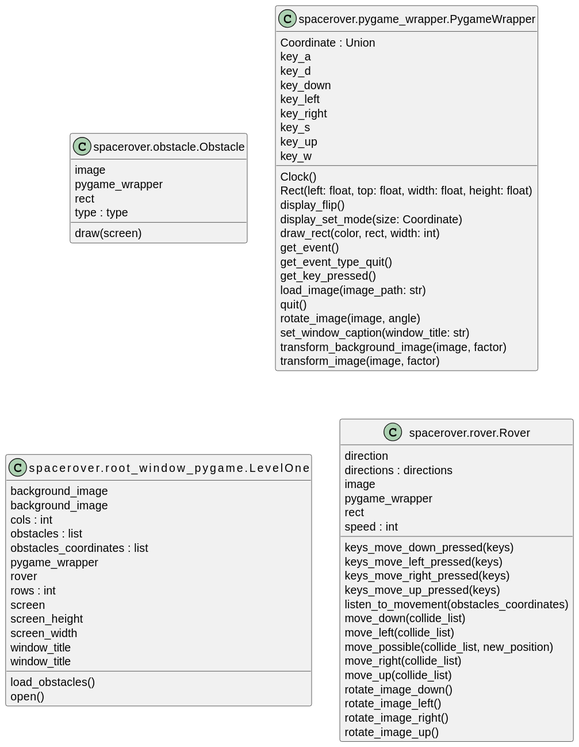
The PlantUML diagram docs/images/classes.svg in teko-L-TIN-22-Di-a/rover, before a commit.
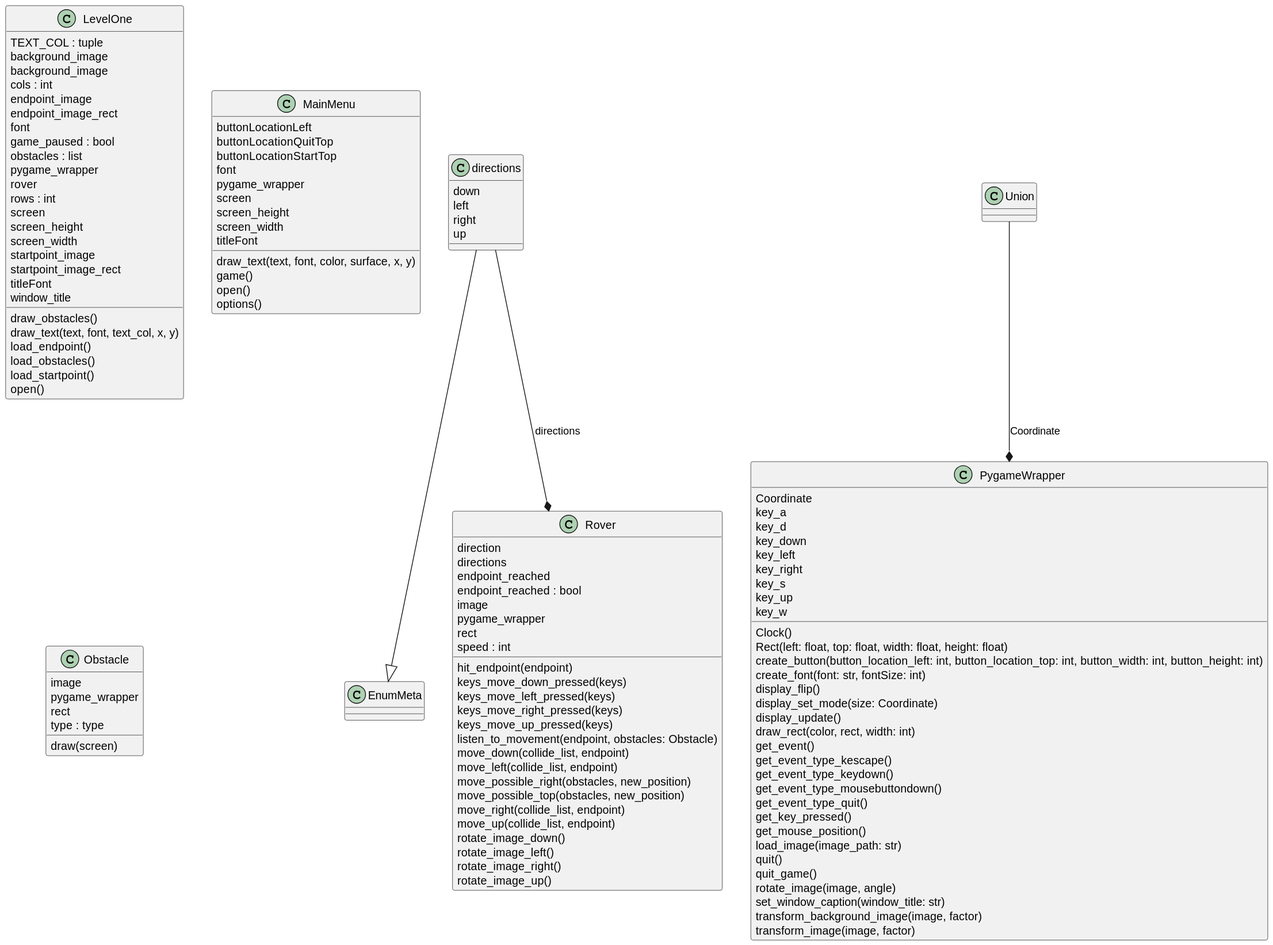
Above is the later version.

What changed in the source:
```diff
@@ -1,14 +1,58 @@
 @startuml classes
 set namespaceSeparator none
-class "spacerover.obstacle.Obstacle" as spacerover.obstacle.Obstacle {
+class "EnumMeta" as .EnumMeta {
+}
+class "LevelOne" as spacerover.level_one.LevelOne {
+  TEXT_COL : tuple
+  background_image
+  background_image
+  cols : int
+  endpoint_image
+  endpoint_image_rect
+  font
+  game_paused : bool
+  obstacles : list
+  pygame_wrapper
+  rover
+  rows : int
+  screen
+  screen_height
+  screen_width
+  startpoint_image
+  startpoint_image_rect
+  titleFont
+  window_title
+  draw_obstacles()
+  draw_text(text, font, text_col, x, y)
+  load_endpoint()
+  load_obstacles()
+  load_startpoint()
+  open()
+}
+class "MainMenu" as spacerover.main_menu.MainMenu {
+  buttonLocationLeft
+  buttonLocationQuitTop
+  buttonLocationStartTop
+  font
+  pygame_wrapper
+  screen
+  screen_height
+  screen_width
+  titleFont
+  draw_text(text, font, color, surface, x, y)
+  game()
+  open()
+  options()
+}
+class "Obstacle" as spacerover.obstacle.Obstacle {
   image
   pygame_wrapper
   rect
   type : type
   draw(screen)
 }
-class "spacerover.pygame_wrapper.PygameWrapper" as spacerover.pygame_wrapper.PygameWrapper {
-  Coordinate : Union
+class "PygameWrapper" as spacerover.pygame_wrapper.PygameWrapper {
+  Coordinate
   key_a
   key_d
   key_down
@@ -19,56 +63,62 @@
   key_w
   Clock()
   Rect(left: float, top: float, width: float, height: float)
+  create_button(button_location_left: int, button_location_top: int, button_width: int, button_height: int)
+  create_font(font: str, fontSize: int)
   display_flip()
   display_set_mode(size: Coordinate)
+  display_update()
   draw_rect(color, rect, width: int)
   get_event()
+  get_event_type_kescape()
+  get_event_type_keydown()
+  get_event_type_mousebuttondown()
   get_event_type_quit()
   get_key_pressed()
+  get_mouse_position()
   load_image(image_path: str)
   quit()
+  quit_game()
   rotate_image(image, angle)
   set_window_caption(window_title: str)
   transform_background_image(image, factor)
   transform_image(image, factor)
 }
-class "spacerover.root_window_pygame.LevelOne" as spacerover.root_window_pygame.LevelOne {
-  background_image
-  background_image
-  cols : int
-  obstacles : list
-  obstacles_coordinates : list
-  pygame_wrapper
-  rover
-  rows : int
-  screen
-  screen_height
-  screen_width
-  window_title
-  window_title
-  load_obstacles()
-  open()
-}
-class "spacerover.rover.Rover" as spacerover.rover.Rover {
+class "Rover" as spacerover.rover.Rover {
   direction
-  directions : directions
+  directions
+  endpoint_reached
+  endpoint_reached : bool
   image
   pygame_wrapper
   rect
   speed : int
+  hit_endpoint(endpoint)
   keys_move_down_pressed(keys)
   keys_move_left_pressed(keys)
   keys_move_right_pressed(keys)
   keys_move_up_pressed(keys)
-  listen_to_movement(obstacles_coordinates)
-  move_down(collide_list)
-  move_left(collide_list)
-  move_possible(collide_list, new_position)
-  move_right(collide_list)
-  move_up(collide_list)
+  listen_to_movement(endpoint, obstacles: Obstacle)
+  move_down(collide_list, endpoint)
+  move_left(collide_list, endpoint)
+  move_possible_right(obstacles, new_position)
+  move_possible_top(obstacles, new_position)
+  move_right(collide_list, endpoint)
+  move_up(collide_list, endpoint)
   rotate_image_down()
   rotate_image_left()
   rotate_image_right()
   rotate_image_up()
 }
+class "Union" as .Union {
+}
+class "directions" as spacerover.rover.Rover.directions {
+  down
+  left
+  right
+  up
+}
+spacerover.rover.Rover.directions --|> .EnumMeta
+.Union --* spacerover.pygame_wrapper.PygameWrapper : Coordinate
+spacerover.rover.Rover.directions --* spacerover.rover.Rover : directions
 @enduml
```
